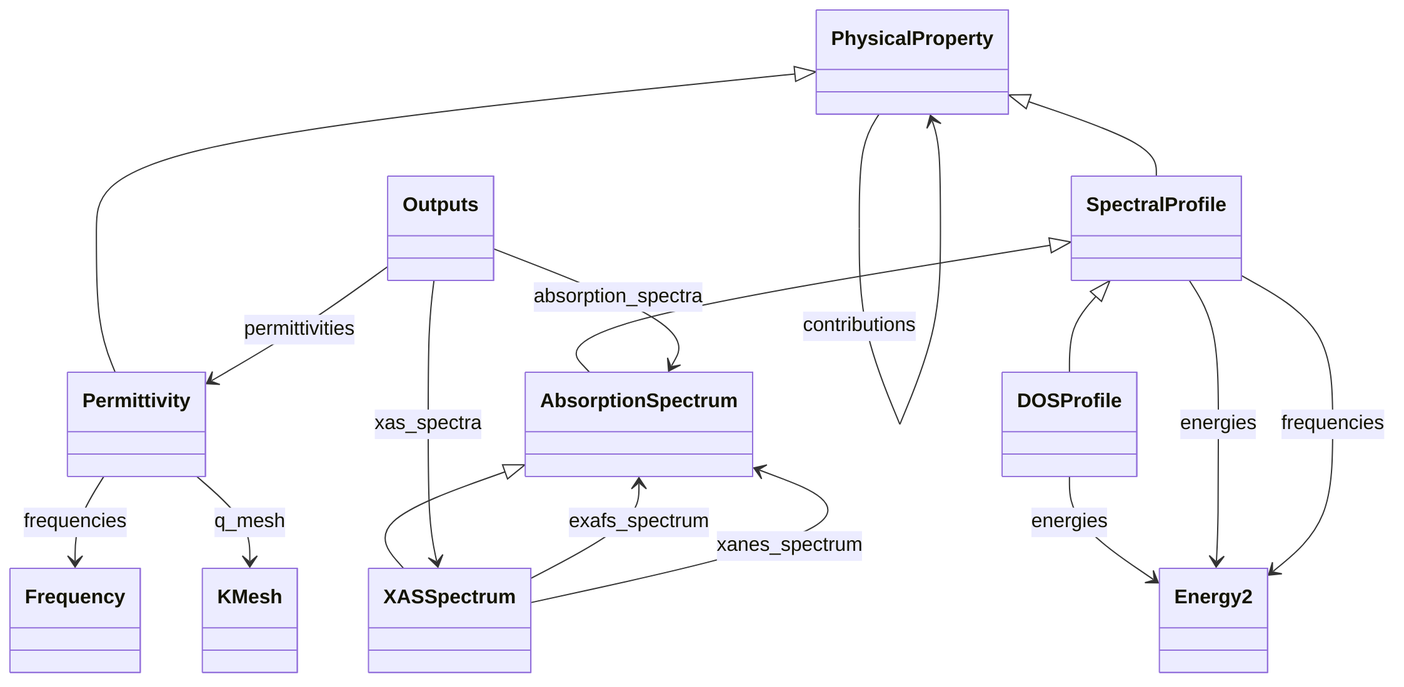
FAIRmat-NFDI/nomad-simulations keeps this Mermaid diagram as docs/assets/diagrams/spectroscopy_0.png. Above is the earlier version. Its source is kept beside it as docs/assets/diagrams/spectroscopy_0.png.mmd.
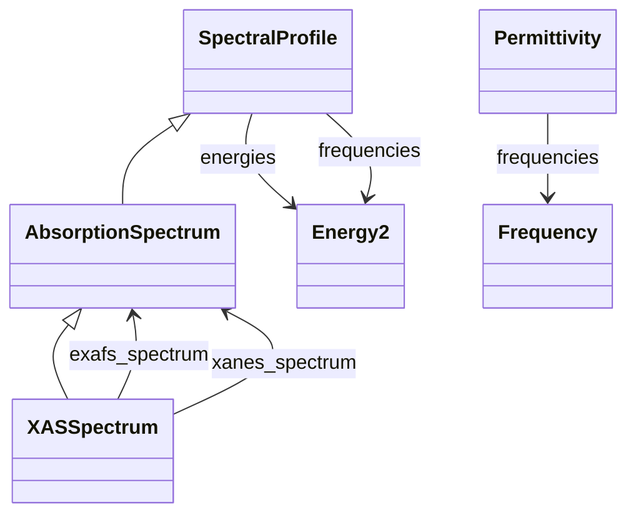
The same file after the commit.

What changed in the source:
```diff
@@ -1,26 +1,13 @@
 classDiagram
     class AbsorptionSpectrum
-    class DOSProfile
     class Energy2
     class Frequency
-    class KMesh
-    class Outputs
     class Permittivity
-    class PhysicalProperty
     class SpectralProfile
     class XASSpectrum
     SpectralProfile <|-- AbsorptionSpectrum
-    SpectralProfile <|-- DOSProfile
-    PhysicalProperty <|-- Permittivity
-    PhysicalProperty <|-- SpectralProfile
     AbsorptionSpectrum <|-- XASSpectrum
-    DOSProfile --> Energy2 : energies
-    Outputs --> AbsorptionSpectrum : absorption_spectra
-    Outputs --> Permittivity : permittivities
-    Outputs --> XASSpectrum : xas_spectra
     Permittivity --> Frequency : frequencies
-    Permittivity --> KMesh : q_mesh
-    PhysicalProperty --> PhysicalProperty : contributions
     SpectralProfile --> Energy2 : energies
     SpectralProfile --> Energy2 : frequencies
     XASSpectrum --> AbsorptionSpectrum : exafs_spectrum
```
